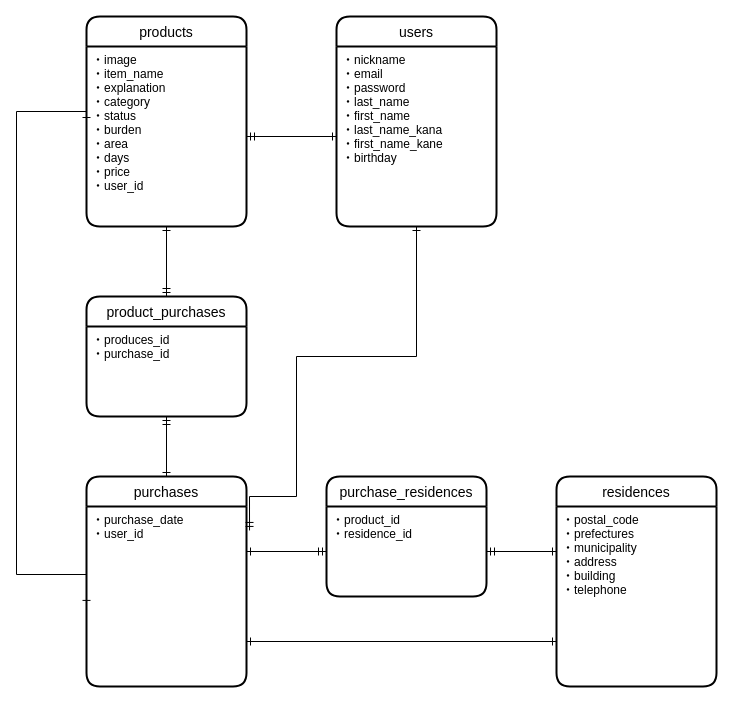
kaito121855/furima-31701 keeps this draw.io diagram as furima.dio. Above is the earlier version. Source tidied: cells renumbered, new cells numbered last; positions are measured from the earlier drawing's top-left corner, leaving out a move shared by most shapes. Both pictures are drawn from the tidied source at 100%, with x=0, y=0 at pixel (16, 16).
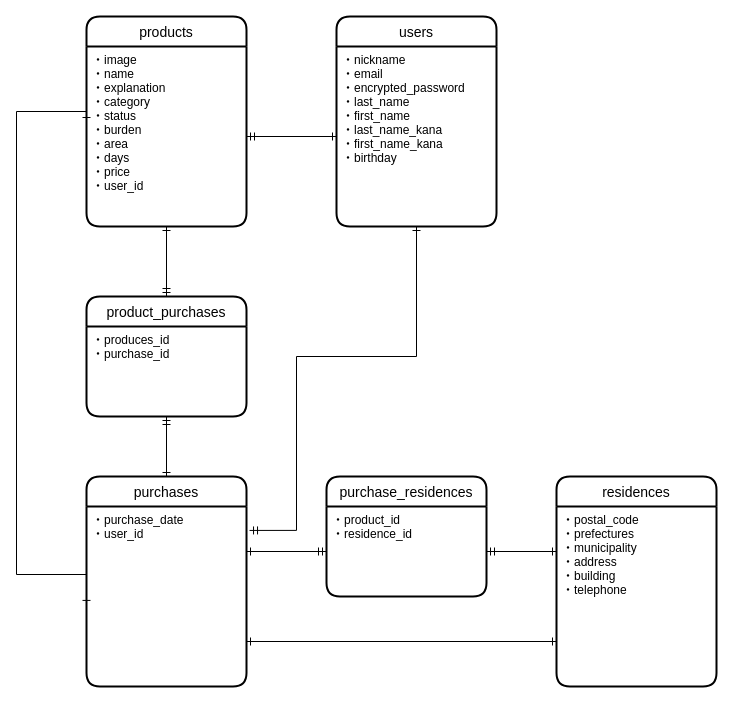
The same diagram, later.

Unchanged cells that the change refers to:
```xml
<mxCell id="11" value="・purchase_date&#10;・user_id&#10;" style="align=left;strokeColor=none;fillColor=none;spacingLeft=4;fontSize=12;verticalAlign=top;" parent="10" vertex="1">
  <mxGeometry y="30" width="160" height="180" as="geometry" />
</mxCell>
<mxCell id="20" value="products" style="swimlane;horizontal=1;startSize=30;rounded=1;fontSize=14;fontStyle=0;strokeWidth=2;shadow=0;dashed=0;align=center;" parent="1" vertex="1">
  <mxGeometry x="70" width="160" height="210" as="geometry" />
</mxCell>
<mxCell id="22" value="users" style="swimlane;horizontal=1;startSize=30;rounded=1;fontSize=14;fontStyle=0;strokeWidth=2;shadow=0;dashed=0;align=center;" parent="1" vertex="1">
  <mxGeometry x="320" width="160" height="210" as="geometry" />
</mxCell>
```

The edit, as a diff of the source:
```diff
@@
     <mxCell id="9" style="edgeStyle=orthogonalEdgeStyle;rounded=0;jettySize=auto;html=1;exitX=0.5;exitY=1;exitDx=0;exitDy=0;startArrow=ERone;startFill=0;endArrow=ERmandOne;endFill=0;entryX=1.019;entryY=0.133;entryDx=0;entryDy=0;entryPerimeter=0;" parent="1" edge="1" source="23" target="11">
       <mxGeometry relative="1" as="geometry">
         <Array as="points">
           <mxPoint x="400" y="340" />
           <mxPoint x="280" y="340" />
-          <mxPoint x="280" y="480" />
-          <mxPoint x="233" y="480" />
+          <mxPoint x="280" y="514" />
         </Array>
       </mxGeometry>
     </mxCell>
@@
-    <mxCell id="21" value="・image&#10;・item_name&#10;・explanation&#10;・category&#10;・status&#10;・burden&#10;・area&#10;・days&#10;・price&#10;・user_id&#10;" style="align=left;strokeColor=none;fillColor=none;spacingLeft=4;fontSize=12;verticalAlign=top;" parent="20" vertex="1">
+    <mxCell id="21" value="・image&#10;・name&#10;・explanation&#10;・category&#10;・status&#10;・burden&#10;・area&#10;・days&#10;・price&#10;・user_id&#10;" style="align=left;strokeColor=none;fillColor=none;spacingLeft=4;fontSize=12;verticalAlign=top;" parent="20" vertex="1">
       <mxGeometry y="30" width="160" height="180" as="geometry" />
     </mxCell>
@@
-    <mxCell id="23" value="・nickname&#10;・email&#10;・password&#10;・last_name&#10;・first_name&#10;・last_name_kana&#10;・first_name_kane&#10;・birthday&#10;" style="align=left;strokeColor=none;fillColor=none;spacingLeft=4;fontSize=12;verticalAlign=top;" parent="22" vertex="1">
+    <mxCell id="23" value="・nickname&#10;・email&#10;・encrypted_password&#10;・last_name&#10;・first_name&#10;・last_name_kana&#10;・first_name_kana&#10;・birthday&#10;" style="align=left;strokeColor=none;fillColor=none;spacingLeft=4;fontSize=12;verticalAlign=top;" parent="22" vertex="1">
       <mxGeometry y="30" width="160" height="180" as="geometry" />
     </mxCell>
```
